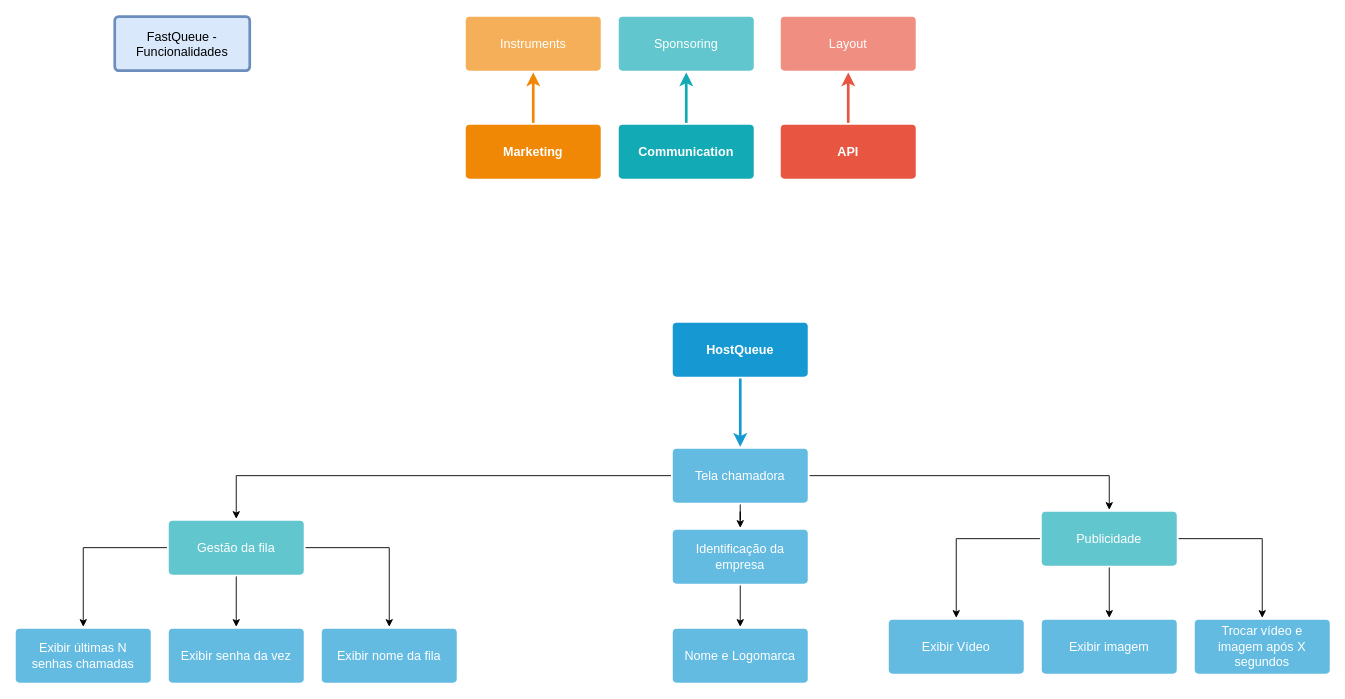
fviel/vueTracker keeps this draw.io diagram as Untitled Diagram.drawio. Above is the earlier version. Source tidied: cells renumbered, new cells numbered last; positions are measured from the earlier drawing's top-left corner, leaving out a move shared by most shapes. Both pictures are drawn from the tidied source at 90%, with x=0, y=0 at pixel (15, 16).
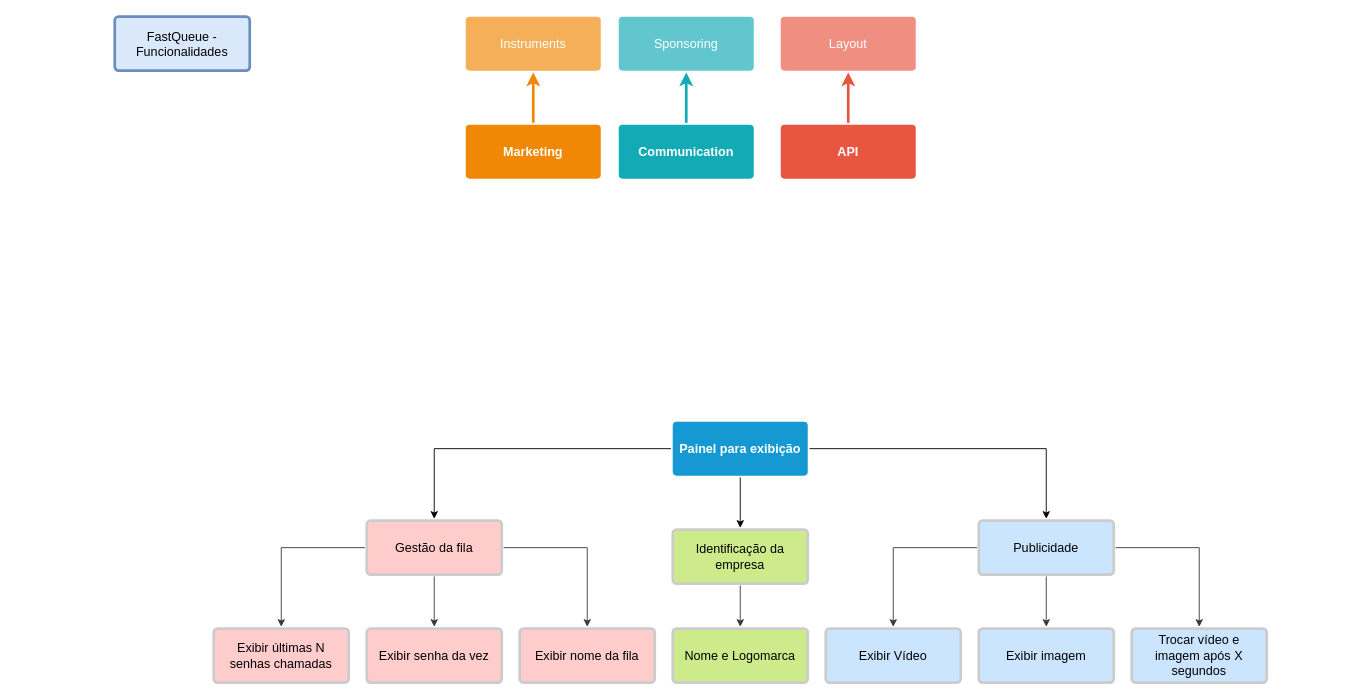
Above is the later version.

Commit message:
correção de itens

What changed in the source:
```diff
@@
-    <mxCell id="5" style="edgeStyle=none;rounded=0;jumpStyle=none;html=1;shadow=0;labelBackgroundColor=none;startArrow=none;startFill=0;endArrow=classic;endFill=1;jettySize=auto;strokeColor=#1699D3;strokeWidth=3;fontFamily=Helvetica;fontSize=14;fontColor=#FFFFFF;spacing=5;" parent="1" edge="1" source="6" target="12">
-      <mxGeometry relative="1" as="geometry" />
-    </mxCell>
-    <mxCell id="6" value="HostQueue" style="rounded=1;whiteSpace=wrap;html=1;shadow=0;labelBackgroundColor=none;strokeColor=none;strokeWidth=3;fillColor=#1699d3;fontFamily=Helvetica;fontSize=14;fontColor=#FFFFFF;align=center;spacing=5;fontStyle=1;arcSize=7;perimeterSpacing=2;" parent="1" vertex="1">
-      <mxGeometry x="730" y="340" width="150" height="60" as="geometry" />
+    <mxCell id="6" value="&lt;div&gt;Painel para exibição&lt;/div&gt;" style="rounded=1;whiteSpace=wrap;html=1;shadow=0;labelBackgroundColor=none;strokeColor=none;strokeWidth=3;fillColor=#1699d3;fontFamily=Helvetica;fontSize=14;fontColor=#FFFFFF;align=center;spacing=5;fontStyle=1;arcSize=7;perimeterSpacing=2;" parent="1" vertex="1">
+      <mxGeometry x="730" y="450" width="150" height="60" as="geometry" />
     </mxCell>
-    <mxCell id="7" style="edgeStyle=orthogonalEdgeStyle;rounded=0;jettySize=auto;html=1;" parent="1" edge="1" source="25" target="20">
+    <mxCell id="7" style="edgeStyle=orthogonalEdgeStyle;rounded=0;jettySize=auto;html=1;fillColor=#ffcccc;strokeColor=#36393d;" parent="1" edge="1" source="25" target="20">
       <mxGeometry relative="1" as="geometry">
         <Array as="points">
-          <mxPoint x="255" y="590" />
+          <mxPoint x="475" y="590" />
         </Array>
       </mxGeometry>
     </mxCell>
-    <mxCell id="8" style="edgeStyle=orthogonalEdgeStyle;rounded=0;jettySize=auto;html=1;" parent="1" edge="1" source="12" target="22">
+    <mxCell id="8" style="edgeStyle=orthogonalEdgeStyle;rounded=0;jettySize=auto;html=1;" parent="1" edge="1" source="6" target="22">
       <mxGeometry relative="1" as="geometry" />
     </mxCell>
-    <mxCell id="9" style="edgeStyle=orthogonalEdgeStyle;rounded=0;jettySize=auto;html=1;" parent="1" edge="1" source="25" target="23">
+    <mxCell id="9" style="edgeStyle=orthogonalEdgeStyle;rounded=0;jettySize=auto;html=1;fillColor=#ffcccc;strokeColor=#36393d;" parent="1" edge="1" source="25" target="23">
       <mxGeometry relative="1" as="geometry">
         <Array as="points">
-          <mxPoint x="75" y="590" />
+          <mxPoint x="295" y="590" />
         </Array>
       </mxGeometry>
     </mxCell>
-    <mxCell id="10" style="edgeStyle=orthogonalEdgeStyle;rounded=0;jettySize=auto;html=1;" parent="1" edge="1" source="12" target="25">
+    <mxCell id="10" style="edgeStyle=orthogonalEdgeStyle;rounded=0;jettySize=auto;html=1;" parent="1" edge="1" source="6" target="25">
       <mxGeometry relative="1" as="geometry" />
     </mxCell>
-    <mxCell id="11" style="edgeStyle=orthogonalEdgeStyle;rounded=0;jettySize=auto;html=1;" parent="1" edge="1" source="12" target="33">
+    <mxCell id="11" style="edgeStyle=orthogonalEdgeStyle;rounded=0;jettySize=auto;html=1;" parent="1" edge="1" source="6" target="33">
       <mxGeometry relative="1" as="geometry" />
     </mxCell>
-    <mxCell id="12" value="Tela chamadora" style="rounded=1;whiteSpace=wrap;html=1;shadow=0;labelBackgroundColor=none;strokeColor=none;strokeWidth=3;fillColor=#64bbe2;fontFamily=Helvetica;fontSize=14;fontColor=#FFFFFF;align=center;spacing=5;arcSize=7;perimeterSpacing=2;" parent="1" vertex="1">
-      <mxGeometry x="730" y="480" width="150" height="60" as="geometry" />
-    </mxCell>
@@
-    <mxCell id="20" value="&lt;div&gt;Exibir senha da vez&lt;/div&gt;" style="rounded=1;whiteSpace=wrap;html=1;shadow=0;labelBackgroundColor=none;strokeColor=none;strokeWidth=3;fillColor=#64bbe2;fontFamily=Helvetica;fontSize=14;fontColor=#FFFFFF;align=center;spacing=5;arcSize=7;perimeterSpacing=2;" parent="1" vertex="1">
-      <mxGeometry x="170" y="680" width="150" height="60" as="geometry" />
+    <mxCell id="20" value="&lt;div&gt;Exibir senha da vez&lt;/div&gt;" style="rounded=1;whiteSpace=wrap;html=1;shadow=0;labelBackgroundColor=none;strokeColor=#CCCCCC;strokeWidth=3;fillColor=#ffcccc;fontFamily=Helvetica;fontSize=14;align=center;spacing=5;arcSize=7;perimeterSpacing=2;" parent="1" vertex="1">
+      <mxGeometry x="390" y="680" width="150" height="60" as="geometry" />
     </mxCell>
-    <mxCell id="21" style="edgeStyle=orthogonalEdgeStyle;rounded=0;jettySize=auto;html=1;" parent="1" edge="1" source="22" target="27">
+    <mxCell id="21" style="edgeStyle=orthogonalEdgeStyle;rounded=0;jettySize=auto;html=1;fillColor=#cdeb8b;strokeColor=#36393d;" parent="1" edge="1" source="22" target="27">
       <mxGeometry relative="1" as="geometry" />
     </mxCell>
-    <mxCell id="22" value="Identificação da empresa" style="rounded=1;whiteSpace=wrap;html=1;shadow=0;labelBackgroundColor=none;strokeColor=none;strokeWidth=3;fillColor=#64bbe2;fontFamily=Helvetica;fontSize=14;fontColor=#FFFFFF;align=center;spacing=5;arcSize=7;perimeterSpacing=2;" parent="1" vertex="1">
+    <mxCell id="22" value="Identificação da empresa" style="rounded=1;whiteSpace=wrap;html=1;shadow=0;labelBackgroundColor=none;strokeColor=#CCCCCC;strokeWidth=3;fillColor=#cdeb8b;fontFamily=Helvetica;fontSize=14;align=center;spacing=5;arcSize=7;perimeterSpacing=2;" parent="1" vertex="1">
       <mxGeometry x="730" y="570" width="150" height="60" as="geometry" />
     </mxCell>
-    <mxCell id="23" value="&lt;div&gt;Exibir últimas N senhas chamadas&lt;/div&gt;" style="rounded=1;whiteSpace=wrap;html=1;shadow=0;labelBackgroundColor=none;strokeColor=none;strokeWidth=3;fillColor=#64bbe2;fontFamily=Helvetica;fontSize=14;fontColor=#FFFFFF;align=center;spacing=5;arcSize=7;perimeterSpacing=2;" parent="1" vertex="1">
-      <mxGeometry y="680" width="150" height="60" as="geometry" />
+    <mxCell id="23" value="&lt;div&gt;Exibir últimas N senhas chamadas&lt;/div&gt;" style="rounded=1;whiteSpace=wrap;html=1;shadow=0;labelBackgroundColor=none;strokeColor=#CCCCCC;strokeWidth=3;fillColor=#ffcccc;fontFamily=Helvetica;fontSize=14;align=center;spacing=5;arcSize=7;perimeterSpacing=2;" parent="1" vertex="1">
+      <mxGeometry x="220" y="680" width="150" height="60" as="geometry" />
     </mxCell>
-    <mxCell id="24" style="edgeStyle=orthogonalEdgeStyle;rounded=0;jettySize=auto;html=1;" parent="1" edge="1" source="25" target="26">
+    <mxCell id="24" style="edgeStyle=orthogonalEdgeStyle;rounded=0;jettySize=auto;html=1;fillColor=#ffcccc;strokeColor=#36393d;" parent="1" edge="1" source="25" target="26">
       <mxGeometry relative="1" as="geometry" />
     </mxCell>
-    <mxCell id="25" value="Gestão da fila" style="rounded=1;whiteSpace=wrap;html=1;shadow=0;labelBackgroundColor=none;strokeColor=none;strokeWidth=3;fillColor=#61c6ce;fontFamily=Helvetica;fontSize=14;fontColor=#FFFFFF;align=center;spacing=5;fontStyle=0;arcSize=7;perimeterSpacing=2;" parent="1" vertex="1">
-      <mxGeometry x="170" y="560" width="150" height="60" as="geometry" />
+    <mxCell id="25" value="Gestão da fila" style="rounded=1;whiteSpace=wrap;html=1;shadow=0;labelBackgroundColor=none;strokeColor=#CCCCCC;strokeWidth=3;fillColor=#ffcccc;fontFamily=Helvetica;fontSize=14;align=center;spacing=5;fontStyle=0;arcSize=7;perimeterSpacing=2;" parent="1" vertex="1">
+      <mxGeometry x="390" y="560" width="150" height="60" as="geometry" />
     </mxCell>
-    <mxCell id="26" value="Exibir nome da fila" style="rounded=1;whiteSpace=wrap;html=1;shadow=0;labelBackgroundColor=none;strokeColor=none;strokeWidth=3;fillColor=#64bbe2;fontFamily=Helvetica;fontSize=14;fontColor=#FFFFFF;align=center;spacing=5;arcSize=7;perimeterSpacing=2;" parent="1" vertex="1">
-      <mxGeometry x="340" y="680" width="150" height="60" as="geometry" />
+    <mxCell id="26" value="Exibir nome da fila" style="rounded=1;whiteSpace=wrap;html=1;shadow=0;labelBackgroundColor=none;strokeColor=#CCCCCC;strokeWidth=3;fillColor=#ffcccc;fontFamily=Helvetica;fontSize=14;align=center;spacing=5;arcSize=7;perimeterSpacing=2;" parent="1" vertex="1">
+      <mxGeometry x="560" y="680" width="150" height="60" as="geometry" />
     </mxCell>
-    <mxCell id="27" value="Nome e Logomarca" style="rounded=1;whiteSpace=wrap;html=1;shadow=0;labelBackgroundColor=none;strokeColor=none;strokeWidth=3;fillColor=#64bbe2;fontFamily=Helvetica;fontSize=14;fontColor=#FFFFFF;align=center;spacing=5;arcSize=7;perimeterSpacing=2;" parent="1" vertex="1">
+    <mxCell id="27" value="Nome e Logomarca" style="rounded=1;whiteSpace=wrap;html=1;shadow=0;labelBackgroundColor=none;strokeColor=#CCCCCC;strokeWidth=3;fillColor=#cdeb8b;fontFamily=Helvetica;fontSize=14;align=center;spacing=5;arcSize=7;perimeterSpacing=2;" parent="1" vertex="1">
       <mxGeometry x="730" y="680" width="150" height="60" as="geometry" />
     </mxCell>
-    <mxCell id="28" style="edgeStyle=orthogonalEdgeStyle;rounded=0;jettySize=auto;html=1;" parent="1" edge="1" source="33" target="30">
+    <mxCell id="28" style="edgeStyle=orthogonalEdgeStyle;rounded=0;jettySize=auto;html=1;fillColor=#cce5ff;strokeColor=#36393d;" parent="1" edge="1" source="33" target="30">
       <mxGeometry relative="1" as="geometry">
         <Array as="points">
-          <mxPoint x="1225" y="580" />
+          <mxPoint x="1155" y="590" />
         </Array>
       </mxGeometry>
     </mxCell>
-    <mxCell id="29" style="edgeStyle=orthogonalEdgeStyle;rounded=0;jettySize=auto;html=1;" parent="1" edge="1" source="33" target="31">
+    <mxCell id="29" style="edgeStyle=orthogonalEdgeStyle;rounded=0;jettySize=auto;html=1;fillColor=#cce5ff;strokeColor=#36393d;" parent="1" edge="1" source="33" target="31">
       <mxGeometry relative="1" as="geometry">
         <Array as="points">
-          <mxPoint x="1045" y="580" />
+          <mxPoint x="975" y="590" />
         </Array>
       </mxGeometry>
     </mxCell>
-    <mxCell id="30" value="Exibir imagem" style="rounded=1;whiteSpace=wrap;html=1;shadow=0;labelBackgroundColor=none;strokeColor=none;strokeWidth=3;fillColor=#64bbe2;fontFamily=Helvetica;fontSize=14;fontColor=#FFFFFF;align=center;spacing=5;arcSize=7;perimeterSpacing=2;" parent="1" vertex="1">
-      <mxGeometry x="1140" y="670" width="150" height="60" as="geometry" />
+    <mxCell id="30" value="Exibir imagem" style="rounded=1;whiteSpace=wrap;html=1;shadow=0;labelBackgroundColor=none;strokeColor=#CCCCCC;strokeWidth=3;fillColor=#cce5ff;fontFamily=Helvetica;fontSize=14;align=center;spacing=5;arcSize=7;perimeterSpacing=2;" parent="1" vertex="1">
+      <mxGeometry x="1070" y="680" width="150" height="60" as="geometry" />
     </mxCell>
-    <mxCell id="31" value="Exibir Vídeo" style="rounded=1;whiteSpace=wrap;html=1;shadow=0;labelBackgroundColor=none;strokeColor=none;strokeWidth=3;fillColor=#64bbe2;fontFamily=Helvetica;fontSize=14;fontColor=#FFFFFF;align=center;spacing=5;arcSize=7;perimeterSpacing=2;" parent="1" vertex="1">
-      <mxGeometry x="970" y="670" width="150" height="60" as="geometry" />
+    <mxCell id="31" value="Exibir Vídeo" style="rounded=1;whiteSpace=wrap;html=1;shadow=0;labelBackgroundColor=none;strokeColor=#CCCCCC;strokeWidth=3;fillColor=#cce5ff;fontFamily=Helvetica;fontSize=14;align=center;spacing=5;arcSize=7;perimeterSpacing=2;" parent="1" vertex="1">
+      <mxGeometry x="900" y="680" width="150" height="60" as="geometry" />
     </mxCell>
-    <mxCell id="32" style="edgeStyle=orthogonalEdgeStyle;rounded=0;jettySize=auto;html=1;" parent="1" edge="1" source="33" target="34">
+    <mxCell id="32" style="edgeStyle=orthogonalEdgeStyle;rounded=0;jettySize=auto;html=1;fillColor=#cce5ff;strokeColor=#36393d;" parent="1" edge="1" source="33" target="34">
       <mxGeometry relative="1" as="geometry" />
     </mxCell>
-    <mxCell id="33" value="Publicidade" style="rounded=1;whiteSpace=wrap;html=1;shadow=0;labelBackgroundColor=none;strokeColor=none;strokeWidth=3;fillColor=#61c6ce;fontFamily=Helvetica;fontSize=14;fontColor=#FFFFFF;align=center;spacing=5;fontStyle=0;arcSize=7;perimeterSpacing=2;" parent="1" vertex="1">
-      <mxGeometry x="1140" y="550" width="150" height="60" as="geometry" />
+    <mxCell id="33" value="Publicidade" style="rounded=1;whiteSpace=wrap;html=1;shadow=0;labelBackgroundColor=none;strokeColor=#CCCCCC;strokeWidth=3;fillColor=#cce5ff;fontFamily=Helvetica;fontSize=14;align=center;spacing=5;fontStyle=0;arcSize=7;perimeterSpacing=2;" parent="1" vertex="1">
+      <mxGeometry x="1070" y="560" width="150" height="60" as="geometry" />
     </mxCell>
-    <mxCell id="34" value="Trocar vídeo e imagem após X segundos" style="rounded=1;whiteSpace=wrap;html=1;shadow=0;labelBackgroundColor=none;strokeColor=none;strokeWidth=3;fillColor=#64bbe2;fontFamily=Helvetica;fontSize=14;fontColor=#FFFFFF;align=center;spacing=5;arcSize=7;perimeterSpacing=2;" parent="1" vertex="1">
-      <mxGeometry x="1310" y="670" width="150" height="60" as="geometry" />
+    <mxCell id="34" value="Trocar vídeo e imagem após X segundos" style="rounded=1;whiteSpace=wrap;html=1;shadow=0;labelBackgroundColor=none;strokeColor=#CCCCCC;strokeWidth=3;fillColor=#cce5ff;fontFamily=Helvetica;fontSize=14;align=center;spacing=5;arcSize=7;perimeterSpacing=2;" parent="1" vertex="1">
+      <mxGeometry x="1240" y="680" width="150" height="60" as="geometry" />
     </mxCell>
```
